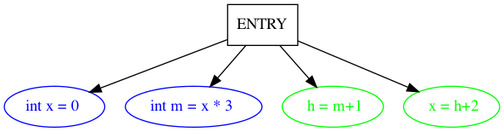
This is TP3/doctest-output/sdg.gv.png from saracqueiros/EG22, a Graphviz export, as it was before one commit. Its source is kept beside it as TP3/doctest-output/sdg.gv.
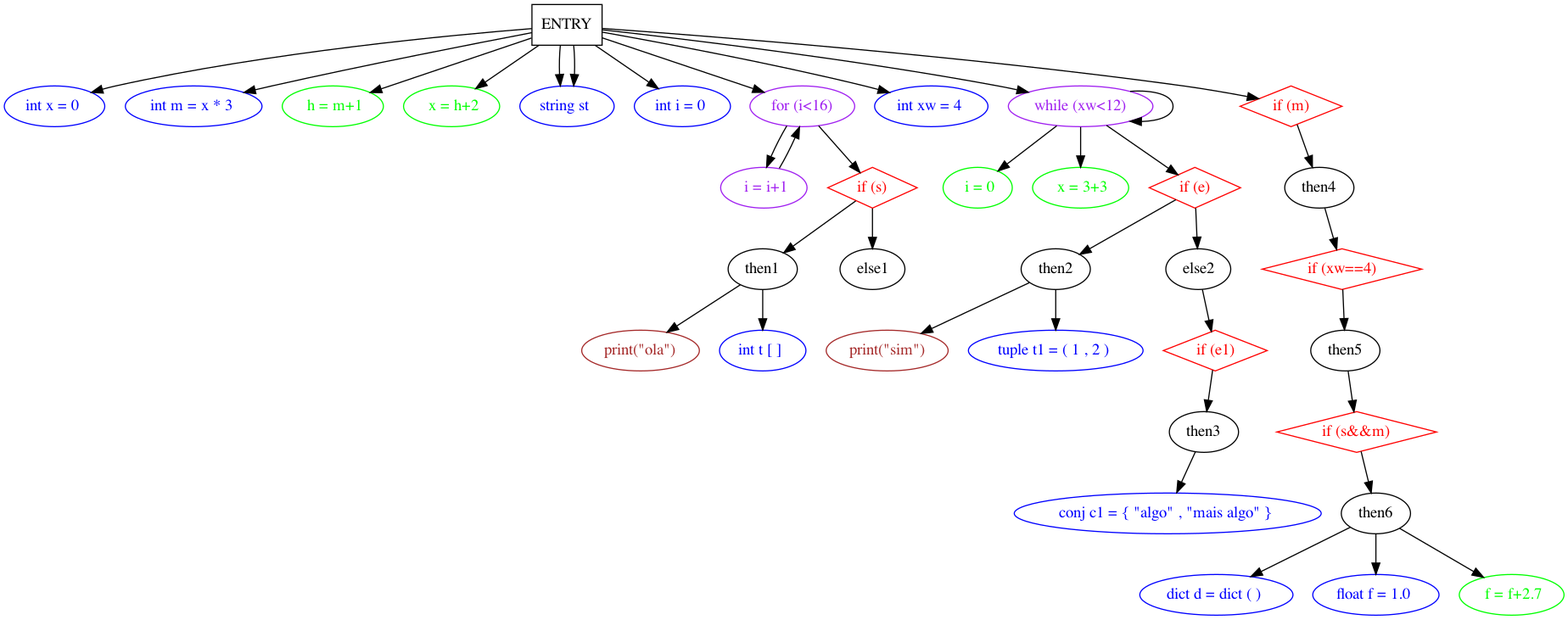
After the commit.

The edit, as a diff of the source:
```diff
@@ -9,4 +9,63 @@
 	ENTRY -> " h = m+1"
 	" x = h+2" [color=green fontcolor=green]
 	ENTRY -> " x = h+2"
+	"string st " [color=blue fontcolor=blue]
+	ENTRY -> "string st "
+	"int i = 0 " [color=blue fontcolor=blue]
+	ENTRY -> "int i = 0 "
+	"for (i<16)" [color=purple fontcolor=purple]
+	ENTRY -> "for (i<16)"
+	" i = i+1" [color=green fontcolor=green]
+	"for (i<16)" -> " i = i+1"
+	" i = i+1" [color=purple fontcolor=purple]
+	" i = i+1" -> "for (i<16)"
+	"if (s)" [color=red fontcolor=red shape=diamond]
+	"for (i<16)" -> "if (s)"
+	"if (s)" -> then1
+	"print(\"ola\")" [color=brown fontcolor=brown]
+	then1 -> "print(\"ola\")"
+	"int t [ ] " [color=blue fontcolor=blue]
+	then1 -> "int t [ ] "
+	else1
+	"if (s)" -> else1
+	"int xw = 4 " [color=blue fontcolor=blue]
+	ENTRY -> "int xw = 4 "
+	"while (xw<12)" [color=purple fontcolor=purple]
+	"while (xw<12)" -> "while (xw<12)"
+	ENTRY -> "while (xw<12)"
+	" i = 0" [color=green fontcolor=green]
+	"while (xw<12)" -> " i = 0"
+	" x = 3+3" [color=green fontcolor=green]
+	"while (xw<12)" -> " x = 3+3"
+	"if (e)" [color=red fontcolor=red shape=diamond]
+	"while (xw<12)" -> "if (e)"
+	"if (e)" -> then2
+	"print(\"sim\")" [color=brown fontcolor=brown]
+	then2 -> "print(\"sim\")"
+	"tuple t1 = ( 1 , 2 ) " [color=blue fontcolor=blue]
+	then2 -> "tuple t1 = ( 1 , 2 ) "
+	else2
+	"if (e)" -> else2
+	"if (e1)" [color=red fontcolor=red shape=diamond]
+	else2 -> "if (e1)"
+	"if (e1)" -> then3
+	"conj c1 = { \"algo\" , \"mais algo\" } " [color=blue fontcolor=blue]
+	then3 -> "conj c1 = { \"algo\" , \"mais algo\" } "
+	"string st " [color=blue fontcolor=blue]
+	ENTRY -> "string st "
+	"if (m)" [color=red fontcolor=red shape=diamond]
+	ENTRY -> "if (m)"
+	"if (m)" -> then4
+	"if (xw==4)" [color=red fontcolor=red shape=diamond]
+	then4 -> "if (xw==4)"
+	"if (xw==4)" -> then5
+	"if (s&&m)" [color=red fontcolor=red shape=diamond]
+	then5 -> "if (s&&m)"
+	"if (s&&m)" -> then6
+	"dict d = dict ( ) " [color=blue fontcolor=blue]
+	then6 -> "dict d = dict ( ) "
+	"float f = 1.0 " [color=blue fontcolor=blue]
+	then6 -> "float f = 1.0 "
+	" f = f+2.7" [color=green fontcolor=green]
+	then6 -> " f = f+2.7"
 }
```
